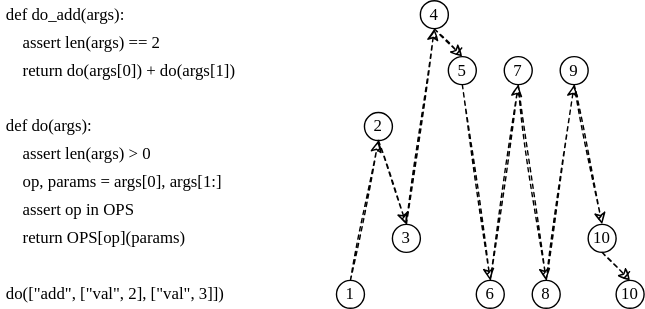
This is docs/files/2023/sequence-of-steps.svg from gvwilson/thirdbit, a draw.io export, as it was before one commit. Source tidied: cells renumbered, new cells last; positions are measured from the earlier drawing's top-left corner, leaving out a move shared by most shapes.
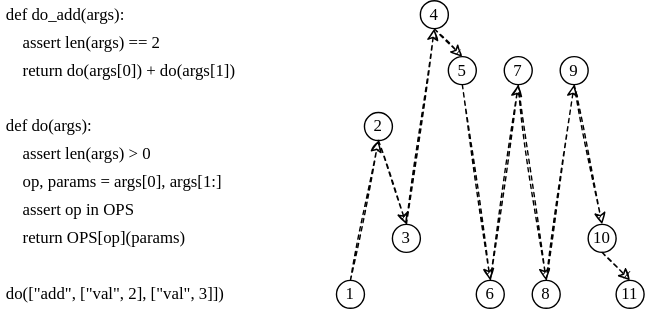
The same diagram one commit later.

What changed in the source:
```diff
@@ -96,7 +96,7 @@
         <mxPoint x="410" y="60" as="sourcePoint" />
       </mxGeometry>
     </mxCell>
-    <mxCell id="30" value="10" style="ellipse;whiteSpace=wrap;html=1;fontFamily=Comic Sans MS;fillColor=none;" parent="1" vertex="1">
+    <mxCell id="30" value="11" style="ellipse;whiteSpace=wrap;html=1;fontFamily=Comic Sans MS;fillColor=none;" parent="1" vertex="1">
       <mxGeometry x="440" y="200" width="20" height="20" as="geometry" />
     </mxCell>
     <mxCell id="31" style="endArrow=classic;html=1;rounded=0;dashed=1;sketch=1;fontFamily=Comic Sans MS;strokeColor=#000000;entryX=0.5;entryY=0;entryDx=0;entryDy=0;exitX=0.5;exitY=1;exitDx=0;exitDy=0;" parent="1" edge="1" source="28" target="30">
```
